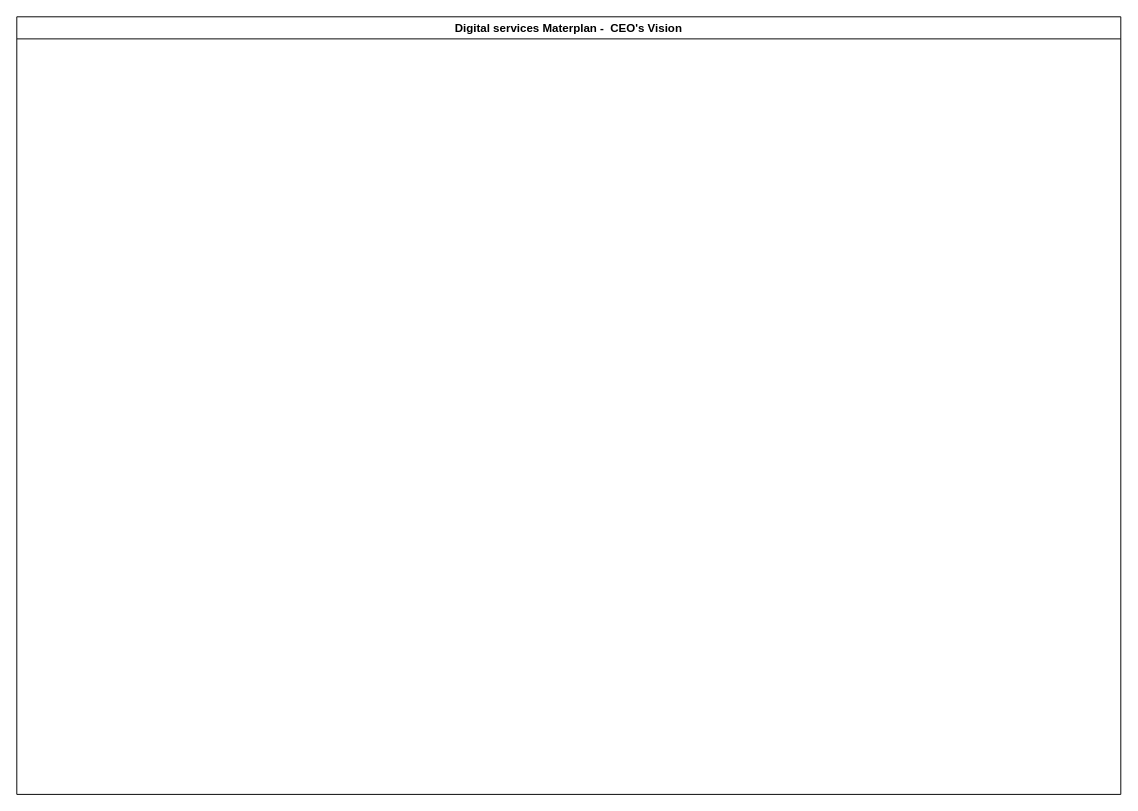
kmagua/flowcharts keeps this draw.io diagram as Master plan - CEO's Vision.drawio. Above is the earlier version. Source tidied: cells renumbered, new cells numbered last; positions are measured from the earlier drawing's top-left corner, leaving out a move shared by most shapes. Both pictures are drawn from the tidied source at 96%, with x=0, y=0 at pixel (16, 16).
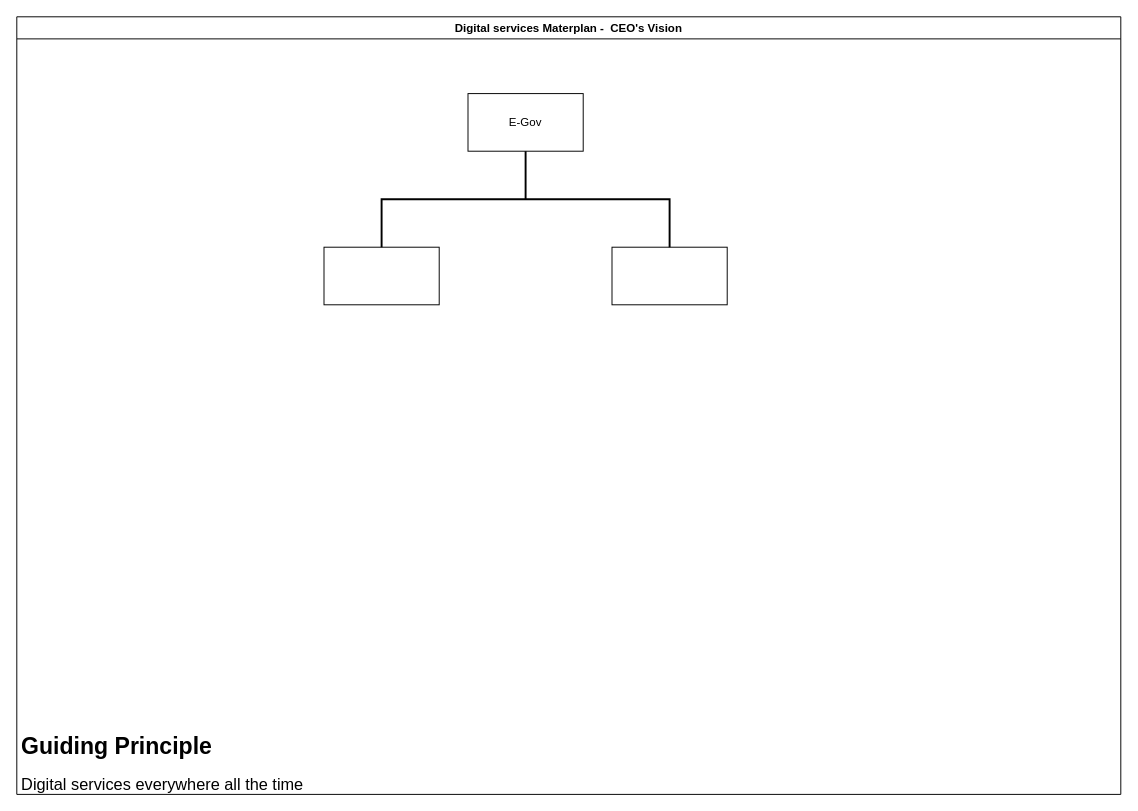
After the change.

The edit, as a diff of the source:
```diff
@@
 <mxGraphModel>
   <root>
     <mxCell id="0" />
     <mxCell id="1" parent="0" />
     <mxCell id="2" value="Digital services Materplan -  CEO's Vision" style="swimlane;" parent="1" vertex="1">
       <mxGeometry width="1150" height="810" as="geometry" />
     </mxCell>
+    <mxCell id="3" value="&lt;h1&gt;Guiding Principle&lt;/h1&gt;&lt;p&gt;&lt;font style=&quot;font-size: 17px&quot;&gt;Digital services everywhere all the time&lt;/font&gt;&lt;br&gt;&lt;/p&gt;" style="text;html=1;strokeColor=none;fillColor=none;spacing=5;spacingTop=-20;whiteSpace=wrap;overflow=hidden;rounded=0;" parent="2" vertex="1">
+      <mxGeometry y="740" width="410" height="70" as="geometry" />
+    </mxCell>
+    <mxCell id="4" value="E-Gov" style="rounded=0;whiteSpace=wrap;html=1;" parent="2" vertex="1">
+      <mxGeometry x="470" y="80" width="120" height="60" as="geometry" />
+    </mxCell>
+    <mxCell id="5" style="rounded=0;whiteSpace=wrap;html=1;" parent="2" vertex="1">
+      <mxGeometry x="320" y="240" width="120" height="60" as="geometry" />
+    </mxCell>
+    <mxCell id="6" style="rounded=0;whiteSpace=wrap;html=1;" parent="2" vertex="1">
+      <mxGeometry x="620" y="240" width="120" height="60" as="geometry" />
+    </mxCell>
+    <mxCell id="7" style="strokeWidth=2;html=1;shape=mxgraph.flowchart.annotation_2;align=left;labelPosition=right;direction=south;" parent="1" vertex="1">
+      <mxGeometry x="380" y="140" width="300" height="100" as="geometry" />
+    </mxCell>
   </root>
 </mxGraphModel>
```
